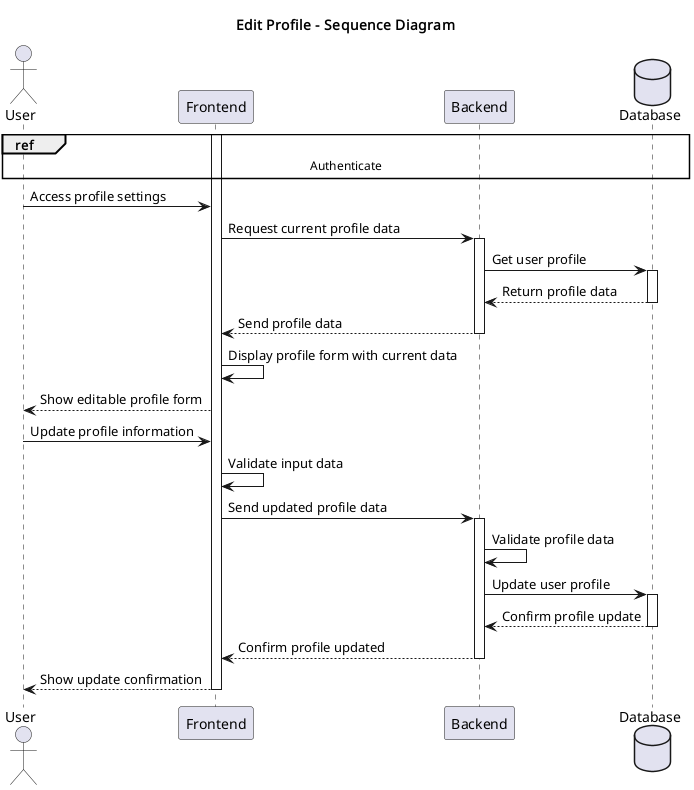
souhaib-askri/report_pfe keeps this PlantUML diagram as conception/SprintV/sequence_diagrams/sequence_profileManagement_7_1_EditUserProfile.png. Above is the earlier version. Its diagram source:
```plantuml
@startuml
title Edit Profile - Sequence Diagram

actor User
participant Frontend
participant Backend
database Database

ref over User, Database: Authenticate

activate Frontend

User -> Frontend: Access profile settings
Frontend -> Backend: Request current profile data
activate Backend

Backend -> Database: Get user profile
activate Database
Database --> Backend: Return profile data
deactivate Database

Backend --> Frontend: Send profile data
deactivate Backend

Frontend -> Frontend: Display profile form with current data
Frontend --> User: Show editable profile form

User -> Frontend: Update profile information
Frontend -> Frontend: Validate input data

Frontend -> Backend: Send updated profile data
activate Backend

Backend -> Backend: Validate profile data
Backend -> Database: Update user profile
activate Database
Database --> Backend: Confirm profile update
deactivate Database

Backend --> Frontend: Confirm profile updated
deactivate Backend

Frontend --> User: Show update confirmation
deactivate Frontend

@enduml
```
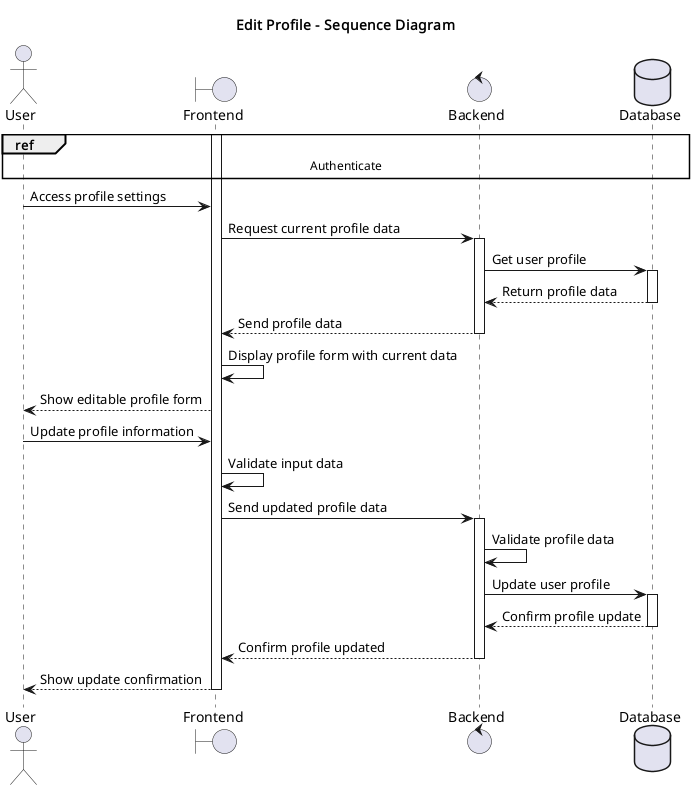
The same diagram one commit later.

The edit, as a diff of the source:
```diff
@@ -2,8 +2,8 @@
 title Edit Profile - Sequence Diagram
 
 actor User
-participant Frontend
-participant Backend
+boundary Frontend
+control Backend
 database Database
 
 ref over User, Database: Authenticate
```
